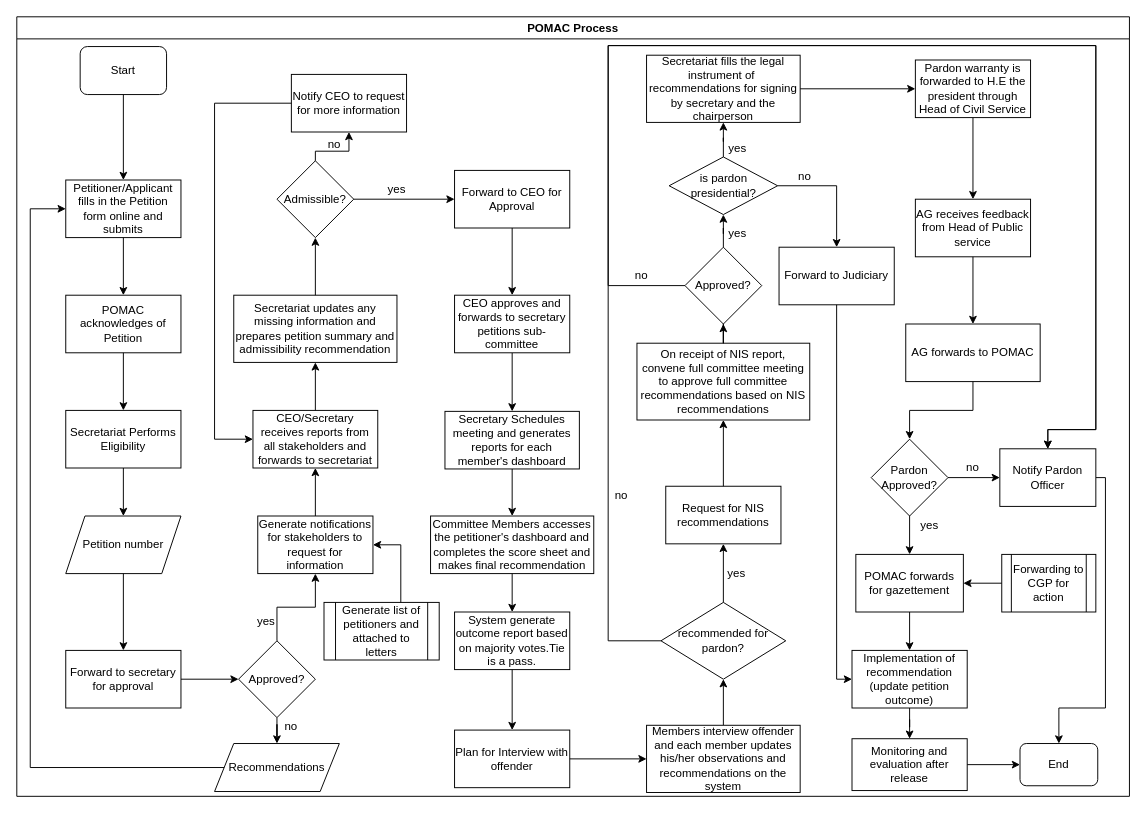
Above: POMAC RE-Engineered Process.drawio in kmagua/flowcharts (draw.io), before the change. Source tidied: cells renumbered, new cells numbered last; positions are measured from the earlier drawing's top-left corner, leaving out a move shared by most shapes. Both pictures are drawn from the tidied source at 96%, with x=0, y=0 at pixel (16, 16).
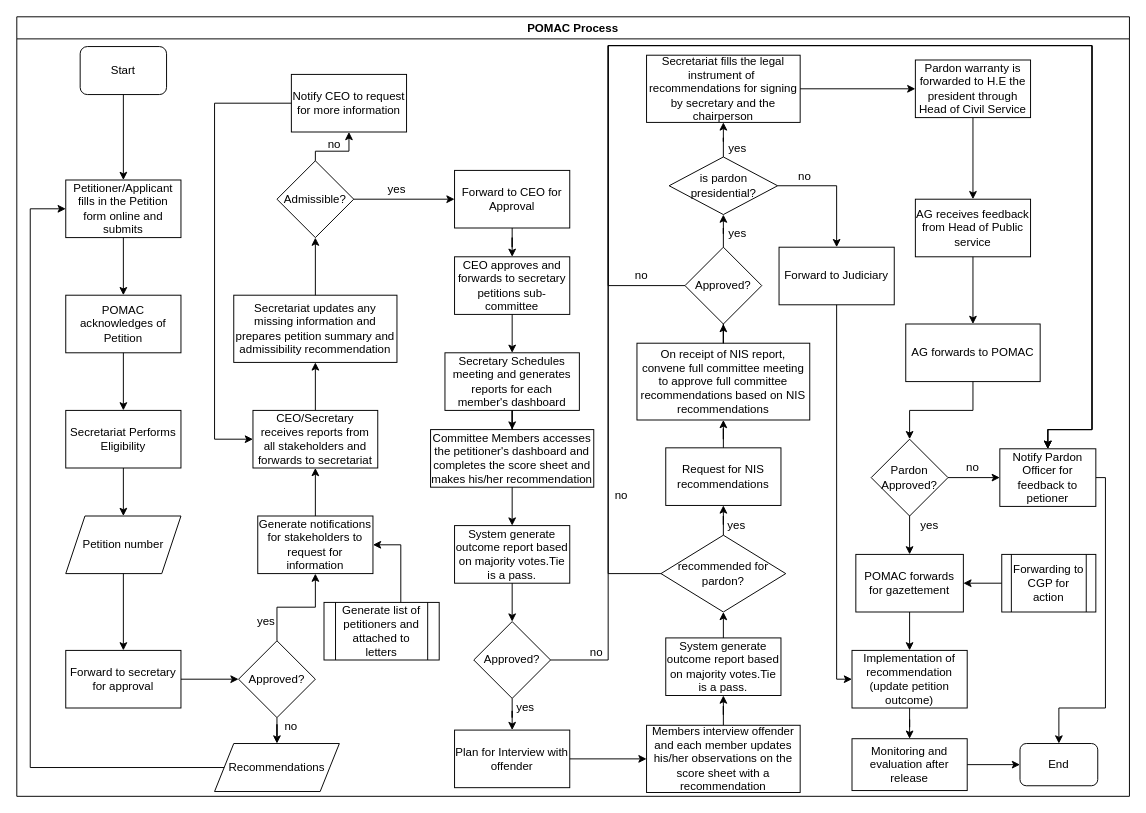
The same diagram, later.

Unchanged cells that the change refers to:
```xml
<mxCell id="2" value="POMAC Process" style="swimlane;" parent="1" vertex="1">
  <mxGeometry width="1159" height="812" as="geometry" />
</mxCell>
<mxCell id="23" value="Forward to CEO for Approval" style="whiteSpace=wrap;html=1;" parent="2" vertex="1">
  <mxGeometry x="456" y="160" width="120" height="60" as="geometry" />
</mxCell>
<mxCell id="33" value="Plan for Interview with offender" style="whiteSpace=wrap;html=1;" parent="2" vertex="1">
  <mxGeometry x="456" y="743" width="120" height="60" as="geometry" />
</mxCell>
<mxCell id="41" value="Approved?" style="rhombus;whiteSpace=wrap;html=1;" parent="2" vertex="1">
  <mxGeometry x="696" y="240" width="80" height="80" as="geometry" />
</mxCell>
```

What changed in the source:
```diff
@@
-    <mxCell id="30" value="Committee Members accesses the petitioner's dashboard and completes the score sheet and makes final recommendation" style="whiteSpace=wrap;html=1;" parent="2" vertex="1">
-      <mxGeometry x="431" y="520" width="170" height="60" as="geometry" />
+    <mxCell id="30" value="Committee Members accesses the petitioner's dashboard and completes the score sheet and makes his/her recommendation" style="whiteSpace=wrap;html=1;" parent="2" vertex="1">
+      <mxGeometry x="431" y="430" width="170" height="60" as="geometry" />
     </mxCell>
     <mxCell id="31" value="System generate outcome report based on majority votes.Tie is a pass." style="whiteSpace=wrap;html=1;" parent="2" vertex="1">
-      <mxGeometry x="456" y="620" width="120" height="60" as="geometry" />
+      <mxGeometry x="456" y="530" width="120" height="60" as="geometry" />
     </mxCell>
@@
-    <mxCell id="34" style="edgeStyle=orthogonalEdgeStyle;rounded=0;jettySize=auto;html=1;" parent="2" edge="1" source="31" target="33">
+    <mxCell id="34" style="edgeStyle=orthogonalEdgeStyle;rounded=0;jettySize=auto;html=1;entryX=0.5;entryY=0;entryDx=0;entryDy=0;" parent="2" edge="1" source="31" target="97">
       <mxGeometry relative="1" as="geometry" />
     </mxCell>
     <mxCell id="35" value="recommended for pardon?" style="rhombus;whiteSpace=wrap;html=1;" parent="2" vertex="1">
-      <mxGeometry x="671" y="610" width="130" height="80" as="geometry" />
+      <mxGeometry x="671" y="540" width="130" height="80" as="geometry" />
     </mxCell>
     <mxCell id="36" value="Request for NIS recommendations" style="whiteSpace=wrap;html=1;" parent="2" vertex="1">
-      <mxGeometry x="676" y="489" width="120" height="60" as="geometry" />
+      <mxGeometry x="676" y="449" width="120" height="60" as="geometry" />
     </mxCell>
@@
     <mxCell id="38" value="yes" style="text;html=1;strokeColor=none;fillColor=none;align=center;verticalAlign=middle;whiteSpace=wrap;rounded=0;" parent="2" vertex="1">
-      <mxGeometry x="730" y="570" width="40" height="20" as="geometry" />
+      <mxGeometry x="730" y="520" width="40" height="20" as="geometry" />
     </mxCell>
@@
+    <mxCell id="96" value="System generate outcome report based on majority votes.Tie is a pass." style="whiteSpace=wrap;html=1;" parent="2" vertex="1">
+      <mxGeometry x="676" y="647" width="120" height="60" as="geometry" />
+    </mxCell>
+    <mxCell id="83" value="CEO approves and forwards to secretary petitions sub-committee" style="whiteSpace=wrap;html=1;" parent="2" vertex="1">
+      <mxGeometry x="456" y="250" width="120" height="60" as="geometry" />
+    </mxCell>
+    <mxCell id="84" style="edgeStyle=orthogonalEdgeStyle;rounded=0;jettySize=auto;html=1;" parent="2" edge="1" source="23" target="83">
+      <mxGeometry relative="1" as="geometry" />
+    </mxCell>
+    <mxCell id="86" value="Secretary Schedules meeting and generates reports for each member's dashboard" style="whiteSpace=wrap;html=1;" parent="2" vertex="1">
+      <mxGeometry x="446" y="350" width="140" height="60" as="geometry" />
+    </mxCell>
+    <mxCell id="82" style="edgeStyle=orthogonalEdgeStyle;rounded=0;jettySize=auto;html=1;" parent="2" edge="1" source="83" target="86">
+      <mxGeometry relative="1" as="geometry" />
+    </mxCell>
+    <mxCell id="85" style="edgeStyle=orthogonalEdgeStyle;rounded=0;jettySize=auto;html=1;" parent="2" edge="1" source="86" target="30">
+      <mxGeometry relative="1" as="geometry" />
+    </mxCell>
+    <mxCell id="97" value="Approved?" style="rhombus;whiteSpace=wrap;html=1;rounded=0;" parent="2" vertex="1">
+      <mxGeometry x="476" y="630" width="80" height="80" as="geometry" />
+    </mxCell>
+    <mxCell id="98" style="edgeStyle=orthogonalEdgeStyle;rounded=0;jettySize=auto;html=1;entryX=0.5;entryY=0;entryDx=0;entryDy=0;" parent="2" edge="1" source="97" target="33">
+      <mxGeometry relative="1" as="geometry" />
+    </mxCell>
+    <mxCell id="99" value="yes" style="text;html=1;strokeColor=none;fillColor=none;align=center;verticalAlign=middle;whiteSpace=wrap;rounded=0;" parent="2" vertex="1">
+      <mxGeometry x="510" y="710" width="40" height="20" as="geometry" />
+    </mxCell>
@@
-    <mxCell id="82" style="edgeStyle=orthogonalEdgeStyle;rounded=0;jettySize=auto;html=1;" parent="1" edge="1" source="83" target="86">
-      <mxGeometry relative="1" as="geometry" />
-    </mxCell>
-    <mxCell id="83" value="CEO approves and forwards to secretary petitions sub-committee" style="whiteSpace=wrap;html=1;" parent="1" vertex="1">
-      <mxGeometry x="456" y="290" width="120" height="60" as="geometry" />
-    </mxCell>
-    <mxCell id="84" style="edgeStyle=orthogonalEdgeStyle;rounded=0;jettySize=auto;html=1;" parent="1" edge="1" source="23" target="83">
-      <mxGeometry relative="1" as="geometry" />
-    </mxCell>
-    <mxCell id="85" style="edgeStyle=orthogonalEdgeStyle;rounded=0;jettySize=auto;html=1;" parent="1" edge="1" source="86" target="30">
-      <mxGeometry relative="1" as="geometry" />
-    </mxCell>
-    <mxCell id="86" value="Secretary Schedules meeting and generates reports for each member's dashboard" style="whiteSpace=wrap;html=1;" parent="1" vertex="1">
-      <mxGeometry x="446" y="411" width="140" height="60" as="geometry" />
-    </mxCell>
-    <mxCell id="87" style="edgeStyle=orthogonalEdgeStyle;rounded=0;jettySize=auto;html=1;" parent="1" edge="1" source="88" target="35">
+    <mxCell id="87" style="edgeStyle=orthogonalEdgeStyle;rounded=0;jettySize=auto;html=1;entryX=0.5;entryY=1;entryDx=0;entryDy=0;" parent="1" edge="1" source="88" target="96">
       <mxGeometry relative="1" as="geometry" />
     </mxCell>
-    <mxCell id="88" value="Members interview offender and each member updates his/her observations and recommendations on the system" style="whiteSpace=wrap;html=1;" parent="1" vertex="1">
+    <mxCell id="88" value="Members interview offender and each member updates his/her observations on the score sheet with a recommendation" style="whiteSpace=wrap;html=1;" parent="1" vertex="1">
       <mxGeometry x="656" y="738" width="160" height="70" as="geometry" />
     </mxCell>
@@
-    <mxCell id="91" value="Notify Pardon Officer" style="whiteSpace=wrap;html=1;" parent="1" vertex="1">
+    <mxCell id="91" value="Notify Pardon Officer for feedback to petioner" style="whiteSpace=wrap;html=1;" parent="1" vertex="1">
       <mxGeometry x="1024" y="450" width="100" height="60" as="geometry" />
     </mxCell>
@@
     <mxCell id="93" style="edgeStyle=orthogonalEdgeStyle;rounded=0;jettySize=auto;html=1;entryX=0.5;entryY=0;entryDx=0;entryDy=0;" parent="1" edge="1" source="41" target="91">
       <mxGeometry relative="1" as="geometry">
         <Array as="points">
           <mxPoint x="616" y="280" />
           <mxPoint x="616" y="30" />
-          <mxPoint x="1124" y="30" />
-          <mxPoint x="1124" y="430" />
+          <mxPoint x="1120" y="30" />
+          <mxPoint x="1120" y="430" />
           <mxPoint x="1074" y="430" />
         </Array>
       </mxGeometry>
     </mxCell>
-    <mxCell id="94" style="edgeStyle=orthogonalEdgeStyle;rounded=0;jettySize=auto;html=1;entryX=0.5;entryY=0;entryDx=0;entryDy=0;" parent="1" edge="1" source="35" target="91">
+    <mxCell id="94" style="edgeStyle=orthogonalEdgeStyle;rounded=0;jettySize=auto;html=1;entryX=0.5;entryY=0;entryDx=0;entryDy=0;exitX=0;exitY=0.5;exitDx=0;exitDy=0;" parent="1" edge="1" source="35" target="91">
       <mxGeometry relative="1" as="geometry">
         <Array as="points">
-          <mxPoint x="616" y="650" />
+          <mxPoint x="616" y="580" />
           <mxPoint x="616" y="30" />
-          <mxPoint x="1124" y="30" />
-          <mxPoint x="1124" y="430" />
+          <mxPoint x="1120" y="30" />
+          <mxPoint x="1120" y="430" />
           <mxPoint x="1074" y="430" />
         </Array>
       </mxGeometry>
     </mxCell>
@@
+    <mxCell id="100" style="edgeStyle=orthogonalEdgeStyle;rounded=0;jettySize=auto;html=1;exitX=0.5;exitY=0;exitDx=0;exitDy=0;" parent="1" edge="1" source="96">
+      <mxGeometry relative="1" as="geometry">
+        <mxPoint x="736" y="620" as="targetPoint" />
+      </mxGeometry>
+    </mxCell>
+    <mxCell id="101" style="edgeStyle=orthogonalEdgeStyle;rounded=0;orthogonalLoop=1;jettySize=auto;html=1;entryX=0.5;entryY=0;entryDx=0;entryDy=0;exitX=1;exitY=0.5;exitDx=0;exitDy=0;" parent="1" edge="1">
+      <mxGeometry relative="1" as="geometry">
+        <mxPoint x="556" y="670" as="sourcePoint" />
+        <mxPoint x="1074" y="450" as="targetPoint" />
+        <Array as="points">
+          <mxPoint x="616" y="670" />
+          <mxPoint x="616" y="30" />
+          <mxPoint x="1120" y="30" />
+          <mxPoint x="1120" y="430" />
+          <mxPoint x="1074" y="430" />
+        </Array>
+      </mxGeometry>
+    </mxCell>
+    <mxCell id="102" value="no" style="text;html=1;strokeColor=none;fillColor=none;align=center;verticalAlign=middle;whiteSpace=wrap;rounded=0;" parent="1" vertex="1">
+      <mxGeometry x="584" y="652" width="40" height="20" as="geometry" />
+    </mxCell>
```
